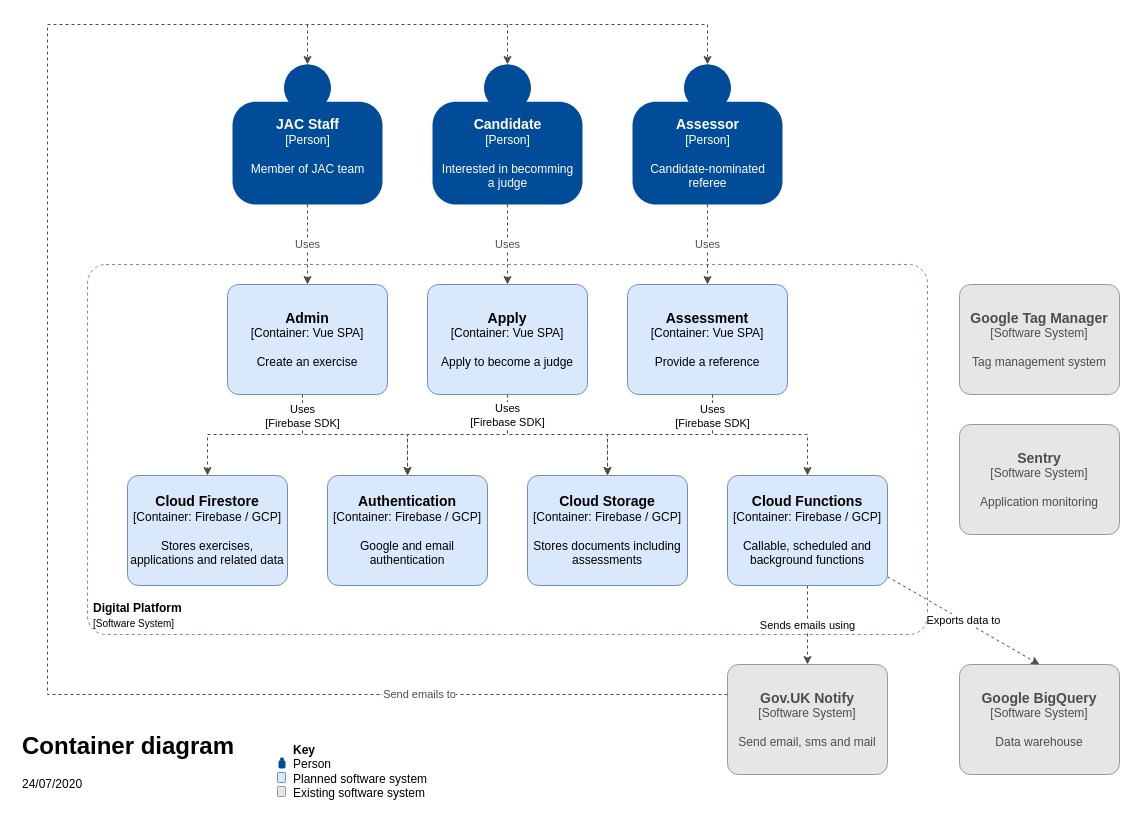
Above: page "Container" (2 of 2) of docs/jac-overview.drawio in jac-uk/documentation (draw.io), before the change. Source tidied: cells renumbered, new cells numbered last; positions are measured from the earlier drawing's top-left corner, leaving out a move shared by most shapes. Both pictures are drawn from the tidied source at 100%, with x=0, y=0 at pixel (17, 24).
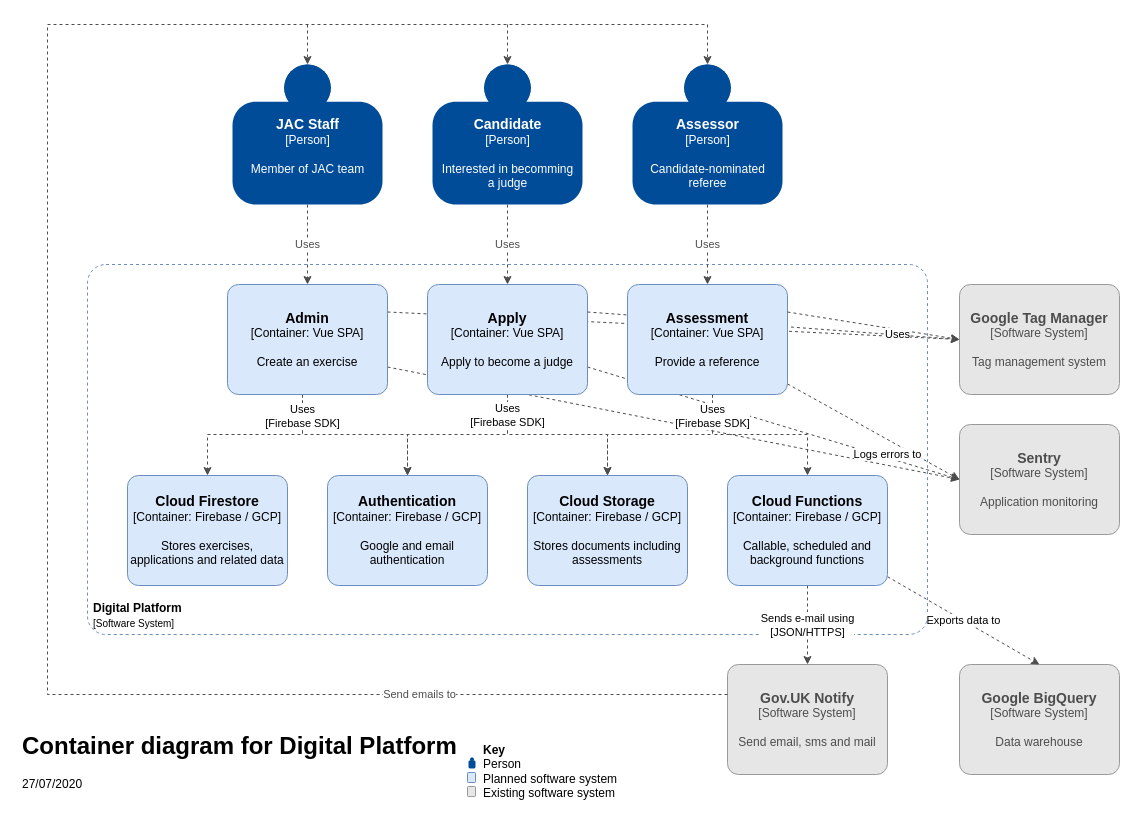
After the change.

The change refers to these unchanged cells:
```xml
<mxCell id="12" value="&lt;font size=&quot;1&quot;&gt;&lt;b style=&quot;font-size: 14px&quot;&gt;Admin&lt;/b&gt;&lt;/font&gt;&lt;div&gt;[Container: Vue SPA]&lt;/div&gt;&lt;br&gt;&lt;div&gt;Create an exercise&lt;br&gt;&lt;/div&gt;" style="rounded=1;whiteSpace=wrap;html=1;labelBackgroundColor=none;fillColor=#dae8fc;fontColor=#000000;align=center;arcSize=10;strokeColor=#6c8ebf;points=[[0.25,0,0],[0.5,0,0],[0.75,0,0],[1,0.25,0],[1,0.5,0],[1,0.75,0],[0.75,1,0],[0.5,1,0],[0.25,1,0],[0,0.75,0],[0,0.5,0],[0,0.25,0]];" parent="1" vertex="1">
  <mxGeometry x="210" y="260" width="160" height="110" as="geometry" />
</mxCell>
<mxCell id="15" value="&lt;font size=&quot;1&quot;&gt;&lt;b style=&quot;font-size: 14px&quot;&gt;Apply&lt;/b&gt;&lt;/font&gt;&lt;div&gt;[Container: Vue SPA]&lt;/div&gt;&lt;br&gt;&lt;div&gt;Apply to become a judge&lt;/div&gt;" style="rounded=1;whiteSpace=wrap;html=1;labelBackgroundColor=none;fillColor=#dae8fc;fontColor=#000000;align=center;arcSize=10;strokeColor=#6c8ebf;points=[[0.25,0,0],[0.5,0,0],[0.75,0,0],[1,0.25,0],[1,0.5,0],[1,0.75,0],[0.75,1,0],[0.5,1,0],[0.25,1,0],[0,0.75,0],[0,0.5,0],[0,0.25,0]];" parent="1" vertex="1">
  <mxGeometry x="410" y="260" width="160" height="110" as="geometry" />
</mxCell>
<mxCell id="18" value="&lt;b style=&quot;font-size: 14px&quot;&gt;Gov.UK Notify&lt;br&gt;&lt;/b&gt;&lt;div&gt;[Software System]&lt;/div&gt;&lt;br&gt;&lt;div&gt;Send email, sms and mail&lt;br&gt;&lt;/div&gt;" style="rounded=1;whiteSpace=wrap;html=1;labelBackgroundColor=none;align=center;arcSize=10;points=[[0.25,0,0],[0.5,0,0],[0.75,0,0],[1,0.25,0],[1,0.5,0],[1,0.75,0],[0.75,1,0],[0.5,1,0],[0.25,1,0],[0,0.75,0],[0,0.5,0],[0,0.25,0]];fillColor=#E6E6E6;fontColor=#4D4D4D;strokeColor=#999999;" parent="1" vertex="1">
  <mxGeometry x="710" y="640" width="160" height="110" as="geometry" />
</mxCell>
<mxCell id="22" value="&lt;b style=&quot;font-size: 14px&quot;&gt;Sentry&lt;br&gt;&lt;/b&gt;&lt;div&gt;[Software System]&lt;/div&gt;&lt;br&gt;&lt;div&gt;Application monitoring&lt;br&gt;&lt;/div&gt;" style="rounded=1;whiteSpace=wrap;html=1;labelBackgroundColor=none;align=center;arcSize=10;points=[[0.25,0,0],[0.5,0,0],[0.75,0,0],[1,0.25,0],[1,0.5,0],[1,0.75,0],[0.75,1,0],[0.5,1,0],[0.25,1,0],[0,0.75,0],[0,0.5,0],[0,0.25,0]];fillColor=#E6E6E6;fontColor=#4D4D4D;strokeColor=#999999;" parent="1" vertex="1">
  <mxGeometry x="942" y="400" width="160" height="110" as="geometry" />
</mxCell>
<mxCell id="23" value="&lt;font style=&quot;font-size: 14px&quot;&gt;&lt;b&gt;Google Tag Manager&lt;br&gt;&lt;/b&gt;&lt;/font&gt;&lt;div&gt;&lt;font style=&quot;font-size: 12px&quot;&gt;[&lt;/font&gt;Software System]&lt;/div&gt;&lt;br&gt;&lt;div&gt;Tag management system&lt;br&gt;&lt;/div&gt;" style="rounded=1;whiteSpace=wrap;html=1;labelBackgroundColor=none;align=center;arcSize=10;points=[[0.25,0,0],[0.5,0,0],[0.75,0,0],[1,0.25,0],[1,0.5,0],[1,0.75,0],[0.75,1,0],[0.5,1,0],[0.25,1,0],[0,0.75,0],[0,0.5,0],[0,0.25,0]];fillColor=#E6E6E6;fontColor=#4D4D4D;strokeColor=#999999;" parent="1" vertex="1">
  <mxGeometry x="942" y="260" width="160" height="110" as="geometry" />
</mxCell>
<mxCell id="35" value="&lt;font size=&quot;1&quot;&gt;&lt;b style=&quot;font-size: 14px&quot;&gt;Cloud Functions&lt;br&gt;&lt;/b&gt;&lt;/font&gt;&lt;div&gt;[Container: Firebase / GCP]&lt;/div&gt;&lt;br&gt;&lt;div&gt;Callable, scheduled and background functions&lt;br&gt;&lt;/div&gt;" style="rounded=1;whiteSpace=wrap;html=1;labelBackgroundColor=none;fillColor=#dae8fc;fontColor=#000000;align=center;arcSize=10;strokeColor=#6c8ebf;points=[[0.25,0,0],[0.5,0,0],[0.75,0,0],[1,0.25,0],[1,0.5,0],[1,0.75,0],[0.75,1,0],[0.5,1,0],[0.25,1,0],[0,0.75,0],[0,0.5,0],[0,0.25,0]];" parent="1" vertex="1">
  <mxGeometry x="710" y="451" width="160" height="110" as="geometry" />
</mxCell>
```

Diff of the diagram source:
```diff
@@
+    <mxCell id="38" style="edgeStyle=none;rounded=0;jettySize=auto;html=1;exitX=1;exitY=0.75;exitDx=0;exitDy=0;exitPerimeter=0;dashed=1;endArrow=classic;endFill=1;strokeColor=#4D4D4D;fontColor=#000000;entryX=0;entryY=0.5;entryDx=0;entryDy=0;entryPerimeter=0;" parent="1" edge="1" source="12" target="22">
+      <mxGeometry relative="1" as="geometry" />
+    </mxCell>
+    <mxCell id="39" style="edgeStyle=none;rounded=0;jettySize=auto;html=1;exitX=1;exitY=0.25;exitDx=0;exitDy=0;exitPerimeter=0;entryX=0;entryY=0.5;entryDx=0;entryDy=0;entryPerimeter=0;dashed=1;endArrow=classic;endFill=1;strokeColor=#4D4D4D;fontColor=#000000;" parent="1" edge="1" source="12" target="23">
+      <mxGeometry relative="1" as="geometry" />
+    </mxCell>
@@
+    <mxCell id="40" style="edgeStyle=none;rounded=0;jettySize=auto;html=1;exitX=1;exitY=0.75;exitDx=0;exitDy=0;exitPerimeter=0;entryX=0;entryY=0.5;entryDx=0;entryDy=0;entryPerimeter=0;dashed=1;endArrow=classic;endFill=1;strokeColor=#4D4D4D;fontColor=#000000;" parent="1" edge="1" source="15" target="22">
+      <mxGeometry relative="1" as="geometry" />
+    </mxCell>
@@
-    <mxCell id="17" value="&lt;font size=&quot;1&quot;&gt;&lt;b style=&quot;font-size: 14px&quot;&gt;Assessment&lt;/b&gt;&lt;/font&gt;&lt;div&gt;[Container: Vue SPA]&lt;/div&gt;&lt;br&gt;&lt;div&gt;Provide a reference&lt;/div&gt;" style="rounded=1;whiteSpace=wrap;html=1;labelBackgroundColor=none;fillColor=#dae8fc;fontColor=#000000;align=center;arcSize=10;strokeColor=#6c8ebf;points=[[0.25,0,0],[0.5,0,0],[0.75,0,0],[1,0.25,0],[1,0.5,0],[1,0.75,0],[0.75,1,0],[0.5,1,0],[0.25,1,0],[0,0.75,0],[0,0.5,0],[0,0.25,0]];" parent="1" vertex="1">
-      <mxGeometry x="610" y="260" width="160" height="110" as="geometry" />
-    </mxCell>
+    <mxCell id="41" value="Logs errors to" style="edgeStyle=none;rounded=0;jettySize=auto;html=1;entryX=0;entryY=0.5;entryDx=0;entryDy=0;entryPerimeter=0;dashed=1;endArrow=classic;endFill=1;strokeColor=#4D4D4D;fontColor=#000000;" parent="1" edge="1" source="17" target="22">
+      <mxGeometry x="0.24" y="-13" relative="1" as="geometry" />
+    </mxCell>
@@
-    <mxCell id="24" value="&lt;h1&gt;Container diagram&lt;br&gt;&lt;/h1&gt;&lt;p&gt;24/07/2020&lt;/p&gt;" style="text;html=1;strokeColor=none;fillColor=none;spacing=5;spacingTop=-20;whiteSpace=wrap;overflow=hidden;rounded=0;align=left;" parent="1" vertex="1">
-      <mxGeometry y="701.5" width="355" height="70" as="geometry" />
+    <mxCell id="24" value="&lt;h1&gt;Container diagram for Digital Platform&lt;br&gt;&lt;/h1&gt;&lt;p&gt;27/07/2020&lt;/p&gt;" style="text;html=1;strokeColor=none;fillColor=none;spacing=5;spacingTop=-20;whiteSpace=wrap;overflow=hidden;rounded=0;align=left;" parent="1" vertex="1">
+      <mxGeometry y="701.5" width="470" height="70" as="geometry" />
     </mxCell>
@@
     <mxCell id="26" style="group;" parent="1" vertex="1">
-      <mxGeometry x="260" y="720" width="232" height="53" as="geometry" />
+      <mxGeometry x="450" y="720" width="232" height="53" as="geometry" />
     </mxCell>
@@
-    <mxCell id="33" value="Sends emails using" style="rounded=0;jettySize=auto;html=1;entryX=0.5;entryY=0;entryDx=0;entryDy=0;entryPerimeter=0;dashed=1;endArrow=classic;endFill=1;strokeColor=#4D4D4D;fontColor=#000000;" parent="1" edge="1" source="35" target="18">
+    <mxCell id="33" value="Sends e-mail using&lt;br&gt;[JSON/HTTPS]" style="rounded=0;jettySize=auto;html=1;entryX=0.5;entryY=0;entryDx=0;entryDy=0;entryPerimeter=0;dashed=1;endArrow=classic;endFill=1;strokeColor=#4D4D4D;fontColor=#000000;" parent="1" edge="1" source="35" target="18">
       <mxGeometry relative="1" as="geometry" />
     </mxCell>
@@
+    <mxCell id="42" style="edgeStyle=none;rounded=0;jettySize=auto;html=1;exitX=1;exitY=0.25;exitDx=0;exitDy=0;exitPerimeter=0;dashed=1;endArrow=classic;endFill=1;strokeColor=#4D4D4D;fontColor=#000000;entryX=0;entryY=0.5;entryDx=0;entryDy=0;entryPerimeter=0;" parent="1" edge="1" source="15" target="23">
+      <mxGeometry x="0.61" relative="1" as="geometry" />
+    </mxCell>
+    <mxCell id="17" value="&lt;font size=&quot;1&quot;&gt;&lt;b style=&quot;font-size: 14px&quot;&gt;Assessment&lt;/b&gt;&lt;/font&gt;&lt;div&gt;[Container: Vue SPA]&lt;/div&gt;&lt;br&gt;&lt;div&gt;Provide a reference&lt;/div&gt;" style="rounded=1;whiteSpace=wrap;html=1;labelBackgroundColor=none;fillColor=#dae8fc;fontColor=#000000;align=center;arcSize=10;strokeColor=#6c8ebf;points=[[0.25,0,0],[0.5,0,0],[0.75,0,0],[1,0.25,0],[1,0.5,0],[1,0.75,0],[0.75,1,0],[0.5,1,0],[0.25,1,0],[0,0.75,0],[0,0.5,0],[0,0.25,0]];" parent="1" vertex="1">
+      <mxGeometry x="610" y="260" width="160" height="110" as="geometry" />
+    </mxCell>
+    <mxCell id="43" value="Uses" style="edgeStyle=none;rounded=0;jettySize=auto;html=1;exitX=1;exitY=0.25;exitDx=0;exitDy=0;exitPerimeter=0;entryX=0;entryY=0.5;entryDx=0;entryDy=0;entryPerimeter=0;dashed=1;endArrow=classic;endFill=1;strokeColor=#4D4D4D;fontColor=#000000;" parent="1" edge="1" source="17" target="23">
+      <mxGeometry x="0.29" y="-5" relative="1" as="geometry" />
+    </mxCell>
```
